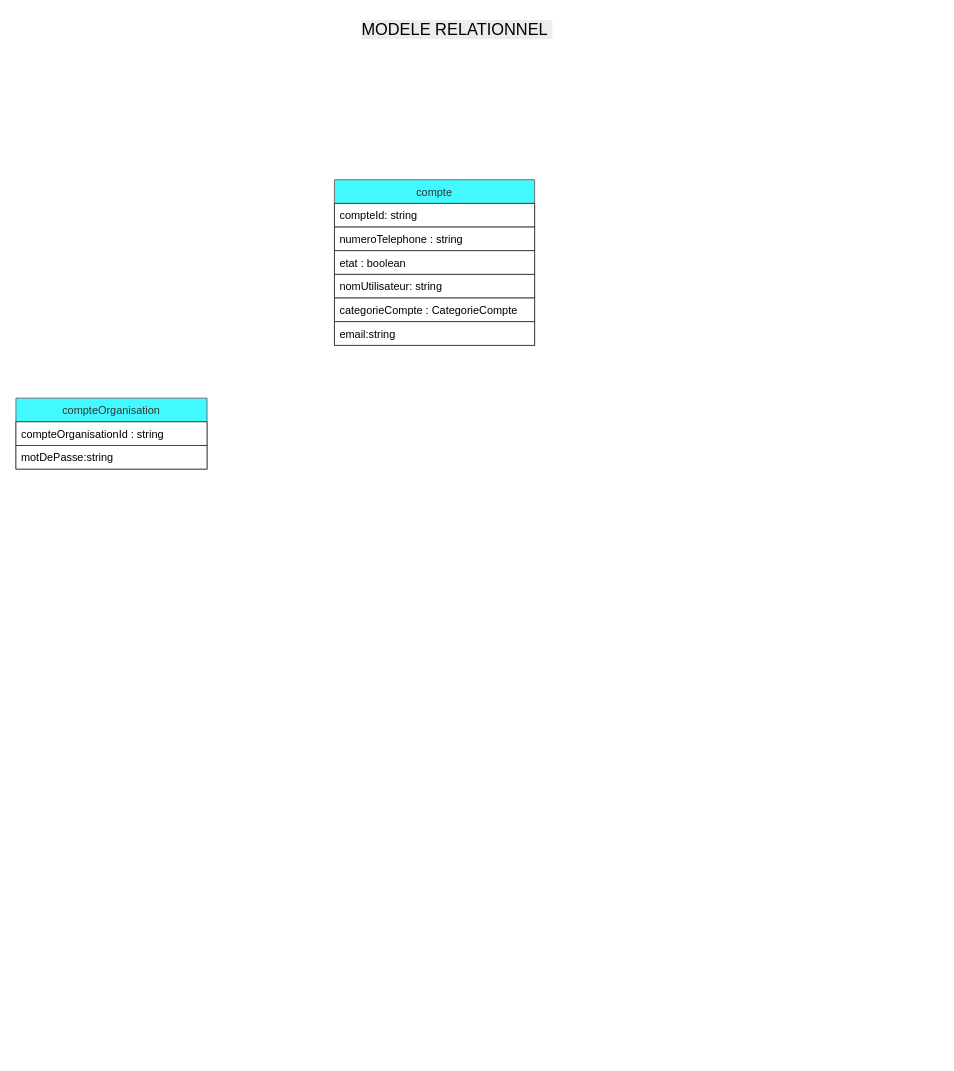
FranckTshiz27/virtLine_api keeps this draw.io diagram as page "MLD" (2 of 3) of Untitled Diagram.drawio. Above is the earlier version. Source tidied: cells renumbered, new cells numbered last; positions are measured from the earlier drawing's top-left corner, leaving out a move shared by most shapes. Both pictures are drawn from the tidied source at 91%, with x=0, y=0 at pixel (15, 15).
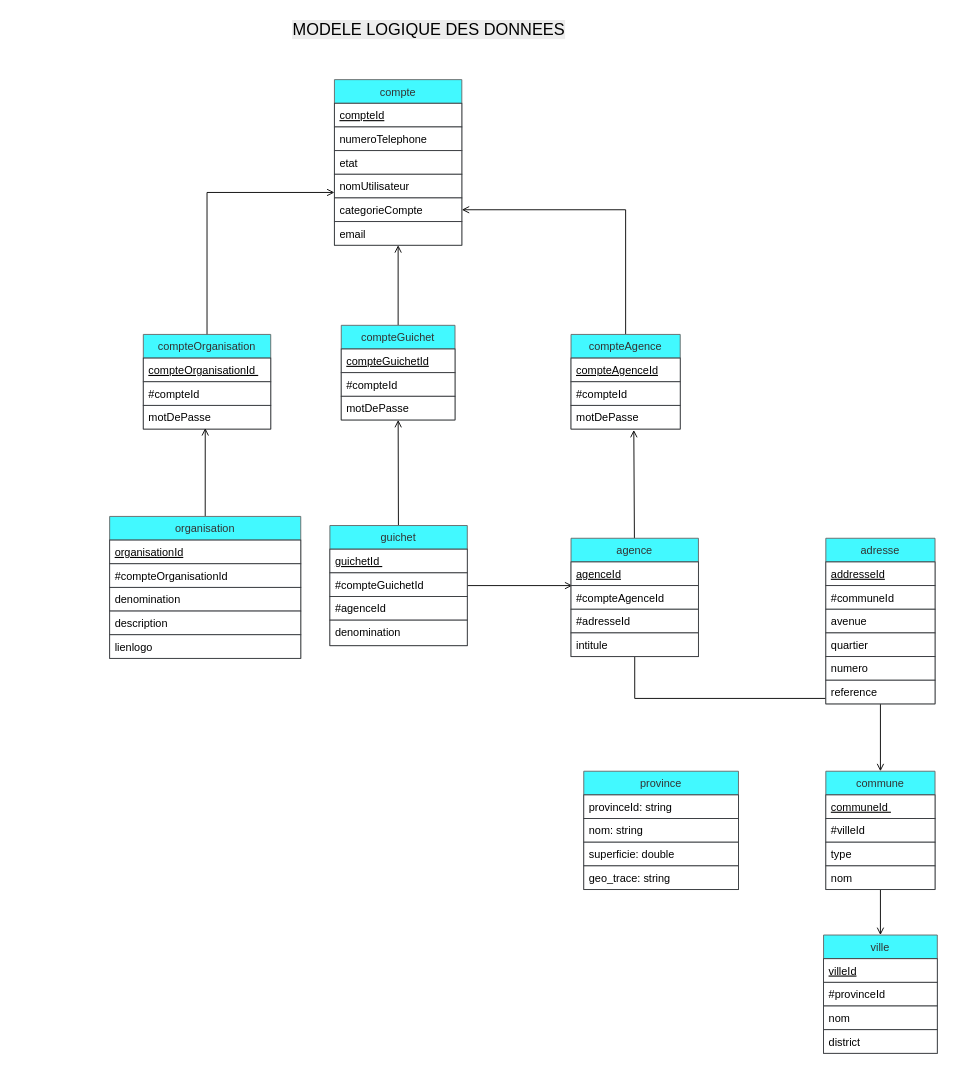
The same diagram, later.

What changed in the source:
```diff
@@
-    <mxCell id="2" value="MODELE RELATIONNEL&amp;nbsp;" style="text;html=1;strokeColor=none;fillColor=none;align=center;verticalAlign=middle;whiteSpace=wrap;rounded=0;labelBackgroundColor=#EDEDED;fontSize=18;fontColor=default;" parent="1" vertex="1">
-      <mxGeometry x="350" width="270" height="30" as="geometry" />
+    <mxCell id="2" value="MODELE LOGIQUE DES DONNEES" style="text;html=1;strokeColor=none;fillColor=none;align=center;verticalAlign=middle;whiteSpace=wrap;rounded=0;labelBackgroundColor=#EDEDED;fontSize=18;fontColor=default;" parent="1" vertex="1">
+      <mxGeometry x="284" width="340" height="30" as="geometry" />
     </mxCell>
     <mxCell id="3" value="compte" style="swimlane;fontStyle=0;horizontal=1;startSize=26;fillColor=#42F9FF;fontColor=#333333;strokeColor=#666666;rounded=0;strokeWidth=1;" parent="1" vertex="1">
-      <mxGeometry x="350" y="180" width="220" height="182" as="geometry" />
+      <mxGeometry x="350" y="70" width="140" height="182" as="geometry" />
     </mxCell>
-    <mxCell id="4" value="compteId: string" style="text;strokeColor=#36393d;fillColor=#fff;align=left;verticalAlign=top;spacingLeft=4;spacingRight=4;overflow=hidden;" parent="3" vertex="1">
-      <mxGeometry y="26" width="220" height="26" as="geometry" />
+    <mxCell id="4" value="compteId" style="text;strokeColor=#36393d;fillColor=#fff;align=left;verticalAlign=top;spacingLeft=4;spacingRight=4;overflow=hidden;fontStyle=4;" parent="3" vertex="1">
+      <mxGeometry y="26" width="140" height="26" as="geometry" />
     </mxCell>
-    <mxCell id="5" value="numeroTelephone : string" style="text;strokeColor=#36393d;fillColor=#FFFFFF;align=left;verticalAlign=top;spacingLeft=4;spacingRight=4;overflow=hidden;" parent="3" vertex="1">
-      <mxGeometry y="52" width="220" height="26" as="geometry" />
+    <mxCell id="5" value="numeroTelephone " style="text;strokeColor=#36393d;fillColor=#FFFFFF;align=left;verticalAlign=top;spacingLeft=4;spacingRight=4;overflow=hidden;" parent="3" vertex="1">
+      <mxGeometry y="52" width="140" height="26" as="geometry" />
     </mxCell>
-    <mxCell id="6" value="etat : boolean" style="text;strokeColor=#36393d;fillColor=#fff;align=left;verticalAlign=top;spacingLeft=4;spacingRight=4;overflow=hidden;" parent="3" vertex="1">
-      <mxGeometry y="78" width="220" height="26" as="geometry" />
+    <mxCell id="6" value="etat " style="text;strokeColor=#36393d;fillColor=#fff;align=left;verticalAlign=top;spacingLeft=4;spacingRight=4;overflow=hidden;" parent="3" vertex="1">
+      <mxGeometry y="78" width="140" height="26" as="geometry" />
     </mxCell>
-    <mxCell id="7" value="nomUtilisateur: string" style="text;strokeColor=#36393d;fillColor=#fff;align=left;verticalAlign=top;spacingLeft=4;spacingRight=4;overflow=hidden;" parent="3" vertex="1">
-      <mxGeometry y="104" width="220" height="26" as="geometry" />
+    <mxCell id="7" value="nomUtilisateur" style="text;strokeColor=#36393d;fillColor=#fff;align=left;verticalAlign=top;spacingLeft=4;spacingRight=4;overflow=hidden;" parent="3" vertex="1">
+      <mxGeometry y="104" width="140" height="26" as="geometry" />
     </mxCell>
-    <mxCell id="8" value="categorieCompte : CategorieCompte" style="text;strokeColor=#36393d;fillColor=#fff;align=left;verticalAlign=top;spacingLeft=4;spacingRight=4;overflow=hidden;points=[[0,0.5],[1,0.5]];portConstraint=eastwest;" parent="3" vertex="1">
-      <mxGeometry y="130" width="220" height="26" as="geometry" />
+    <mxCell id="8" value="categorieCompte " style="text;strokeColor=#36393d;fillColor=#fff;align=left;verticalAlign=top;spacingLeft=4;spacingRight=4;overflow=hidden;points=[[0,0.5],[1,0.5]];portConstraint=eastwest;" parent="3" vertex="1">
+      <mxGeometry y="130" width="140" height="26" as="geometry" />
     </mxCell>
-    <mxCell id="9" value="email:string" style="text;strokeColor=#36393d;fillColor=#fff;align=left;verticalAlign=top;spacingLeft=4;spacingRight=4;overflow=hidden;" parent="3" vertex="1">
-      <mxGeometry y="156" width="220" height="26" as="geometry" />
+    <mxCell id="9" value="email" style="text;strokeColor=#36393d;fillColor=#fff;align=left;verticalAlign=top;spacingLeft=4;spacingRight=4;overflow=hidden;" parent="3" vertex="1">
+      <mxGeometry y="156" width="140" height="26" as="geometry" />
     </mxCell>
+    <mxCell id="13" style="edgeStyle=orthogonalEdgeStyle;rounded=0;orthogonalLoop=1;jettySize=auto;html=1;entryX=0;entryY=0.5;entryDx=0;entryDy=0;fontFamily=Verdana;fontSize=11;startArrow=none;startFill=0;endArrow=open;endFill=0;" parent="1" edge="1">
+      <mxGeometry relative="1" as="geometry">
+        <mxPoint x="210" y="357" as="sourcePoint" />
+        <mxPoint x="350" y="194" as="targetPoint" />
+        <Array as="points">
+          <mxPoint x="210" y="194" />
+        </Array>
+      </mxGeometry>
+    </mxCell>
     <mxCell id="10" value="compteOrganisation" style="swimlane;fontStyle=0;horizontal=1;startSize=26;fillColor=#42F9FF;fontColor=#333333;strokeColor=#666666;rounded=0;strokeWidth=1;" parent="1" vertex="1">
-      <mxGeometry y="420" width="210" height="78" as="geometry" />
+      <mxGeometry x="140" y="350" width="140" height="104" as="geometry" />
     </mxCell>
-    <mxCell id="11" value="compteOrganisationId : string" style="text;strokeColor=#36393d;fillColor=#fff;align=left;verticalAlign=top;spacingLeft=4;spacingRight=4;overflow=hidden;" parent="10" vertex="1">
-      <mxGeometry y="26" width="210" height="26" as="geometry" />
+    <mxCell id="11" value="compteOrganisationId " style="text;strokeColor=#36393d;fillColor=#fff;align=left;verticalAlign=top;spacingLeft=4;spacingRight=4;overflow=hidden;fontStyle=4;" parent="10" vertex="1">
+      <mxGeometry y="26" width="140" height="26" as="geometry" />
     </mxCell>
+    <mxCell id="14" value="#compteId" style="text;strokeColor=#36393d;fillColor=#fff;align=left;verticalAlign=top;spacingLeft=4;spacingRight=4;overflow=hidden;fontStyle=0;" parent="10" vertex="1">
+      <mxGeometry y="52" width="140" height="26" as="geometry" />
+    </mxCell>
-    <mxCell id="12" value="motDePasse:string" style="text;strokeColor=#36393d;fillColor=#fff;align=left;verticalAlign=top;spacingLeft=4;spacingRight=4;overflow=hidden;points=[[0,0.5],[1,0.5]];portConstraint=eastwest;" parent="10" vertex="1">
-      <mxGeometry y="52" width="210" height="26" as="geometry" />
+    <mxCell id="12" value="motDePasse" style="text;strokeColor=#36393d;fillColor=#fff;align=left;verticalAlign=top;spacingLeft=4;spacingRight=4;overflow=hidden;points=[[0,0.5],[1,0.5]];portConstraint=eastwest;" parent="10" vertex="1">
+      <mxGeometry y="78" width="140" height="26" as="geometry" />
     </mxCell>
+    <mxCell id="15" style="edgeStyle=orthogonalEdgeStyle;rounded=0;jettySize=auto;html=1;entryX=0.5;entryY=1;entryDx=0;entryDy=0;fontFamily=Verdana;fontSize=11;startArrow=none;startFill=0;endArrow=open;endFill=0;" parent="1" edge="1" source="16" target="3">
+      <mxGeometry relative="1" as="geometry" />
+    </mxCell>
+    <mxCell id="16" value="compteGuichet" style="swimlane;fontStyle=0;horizontal=1;startSize=26;fillColor=#42F9FF;fontColor=#333333;strokeColor=#666666;rounded=0;strokeWidth=1;" parent="1" vertex="1">
+      <mxGeometry x="357.5" y="340" width="125" height="104" as="geometry" />
+    </mxCell>
+    <mxCell id="17" value="compteGuichetId" style="text;strokeColor=#36393d;fillColor=#fff;align=left;verticalAlign=top;spacingLeft=4;spacingRight=4;overflow=hidden;fontStyle=4;" parent="16" vertex="1">
+      <mxGeometry y="26" width="125" height="26" as="geometry" />
+    </mxCell>
+    <mxCell id="18" value="#compteId" style="text;strokeColor=#36393d;fillColor=#fff;align=left;verticalAlign=top;spacingLeft=4;spacingRight=4;overflow=hidden;" parent="16" vertex="1">
+      <mxGeometry y="52" width="125" height="26" as="geometry" />
+    </mxCell>
+    <mxCell id="19" value="motDePasse" style="text;strokeColor=#36393d;fillColor=#fff;align=left;verticalAlign=top;spacingLeft=4;spacingRight=4;overflow=hidden;points=[[0,0.5],[1,0.5]];portConstraint=eastwest;" parent="16" vertex="1">
+      <mxGeometry y="78" width="125" height="26" as="geometry" />
+    </mxCell>
+    <mxCell id="20" style="edgeStyle=orthogonalEdgeStyle;rounded=0;jettySize=auto;html=1;fontFamily=Verdana;fontSize=11;startArrow=none;startFill=0;endArrow=open;endFill=0;entryX=1;entryY=0.5;entryDx=0;entryDy=0;" parent="1" edge="1" source="21" target="8">
+      <mxGeometry relative="1" as="geometry">
+        <Array as="points">
+          <mxPoint x="670" y="213" />
+        </Array>
+      </mxGeometry>
+    </mxCell>
+    <mxCell id="21" value="compteAgence" style="swimlane;fontStyle=0;horizontal=1;startSize=26;fillColor=#42F9FF;fontColor=#333333;strokeColor=#666666;rounded=0;strokeWidth=1;" parent="1" vertex="1">
+      <mxGeometry x="610" y="350" width="120" height="104" as="geometry" />
+    </mxCell>
+    <mxCell id="22" value="compteAgenceId" style="text;strokeColor=#36393d;fillColor=#fff;align=left;verticalAlign=top;spacingLeft=4;spacingRight=4;overflow=hidden;fontStyle=4;" parent="21" vertex="1">
+      <mxGeometry y="26" width="120" height="26" as="geometry" />
+    </mxCell>
+    <mxCell id="23" value="#compteId" style="text;strokeColor=#36393d;fillColor=#fff;align=left;verticalAlign=top;spacingLeft=4;spacingRight=4;overflow=hidden;" parent="21" vertex="1">
+      <mxGeometry y="52" width="120" height="26" as="geometry" />
+    </mxCell>
+    <mxCell id="24" value="motDePasse" style="text;strokeColor=#36393d;fillColor=#FFFFFF;align=left;verticalAlign=top;spacingLeft=4;spacingRight=4;overflow=hidden;points=[[0,0.5],[1,0.5]];portConstraint=eastwest;" parent="21" vertex="1">
+      <mxGeometry y="78" width="120" height="26" as="geometry" />
+    </mxCell>
+    <mxCell id="25" style="rounded=0;jettySize=auto;html=1;fontFamily=Verdana;fontSize=11;startArrow=none;startFill=0;endArrow=open;endFill=0;exitX=0.5;exitY=0;exitDx=0;exitDy=0;entryX=0.486;entryY=0.962;entryDx=0;entryDy=0;entryPerimeter=0;" parent="1" edge="1" source="26" target="12">
+      <mxGeometry relative="1" as="geometry" />
+    </mxCell>
+    <mxCell id="26" value="organisation" style="swimlane;fontStyle=0;horizontal=1;startSize=26;fillColor=#42F9FF;fontColor=#333333;strokeColor=#666666;rounded=0;strokeWidth=1;" parent="1" vertex="1">
+      <mxGeometry x="103" y="550" width="210" height="156" as="geometry" />
+    </mxCell>
+    <mxCell id="27" value="organisationId" style="text;strokeColor=#36393d;fillColor=#fff;align=left;verticalAlign=top;spacingLeft=4;spacingRight=4;overflow=hidden;fontStyle=4;" parent="26" vertex="1">
+      <mxGeometry y="26" width="210" height="26" as="geometry" />
+    </mxCell>
+    <mxCell id="28" value="#compteOrganisationId " style="text;strokeColor=#36393d;fillColor=#fff;align=left;verticalAlign=top;spacingLeft=4;spacingRight=4;overflow=hidden;" parent="26" vertex="1">
+      <mxGeometry y="52" width="210" height="26" as="geometry" />
+    </mxCell>
+    <mxCell id="29" value="denomination " style="text;strokeColor=#36393d;fillColor=#fff;align=left;verticalAlign=top;spacingLeft=4;spacingRight=4;overflow=hidden;" parent="26" vertex="1">
+      <mxGeometry y="78" width="210" height="26" as="geometry" />
+    </mxCell>
+    <mxCell id="30" value="description " style="text;strokeColor=#36393d;fillColor=#fff;align=left;verticalAlign=top;spacingLeft=4;spacingRight=4;overflow=hidden;" parent="26" vertex="1">
+      <mxGeometry y="104" width="210" height="26" as="geometry" />
+    </mxCell>
+    <mxCell id="31" value="lienlogo" style="text;strokeColor=#36393d;fillColor=#fff;align=left;verticalAlign=top;spacingLeft=4;spacingRight=4;overflow=hidden;" parent="26" vertex="1">
+      <mxGeometry y="130" width="210" height="26" as="geometry" />
+    </mxCell>
+    <mxCell id="32" style="edgeStyle=none;rounded=0;jettySize=auto;html=1;fontFamily=Verdana;fontSize=11;startArrow=none;startFill=0;endArrow=open;endFill=0;" parent="1" edge="1" source="34" target="19">
+      <mxGeometry relative="1" as="geometry" />
+    </mxCell>
+    <mxCell id="33" style="edgeStyle=none;rounded=0;jettySize=auto;html=1;entryX=0.01;entryY=1;entryDx=0;entryDy=0;entryPerimeter=0;fontFamily=Verdana;fontSize=11;startArrow=none;startFill=0;endArrow=open;endFill=0;exitX=1;exitY=0.5;exitDx=0;exitDy=0;" parent="1" edge="1" source="34" target="42">
+      <mxGeometry relative="1" as="geometry" />
+    </mxCell>
+    <mxCell id="34" value="guichet" style="swimlane;fontStyle=0;horizontal=1;startSize=26;fillColor=#42F9FF;fontColor=#333333;strokeColor=#666666;rounded=0;strokeWidth=1;" parent="1" vertex="1">
+      <mxGeometry x="345" y="560" width="151" height="132" as="geometry" />
+    </mxCell>
+    <mxCell id="35" value="guichetId " style="text;strokeColor=#36393d;fillColor=#fff;align=left;verticalAlign=top;spacingLeft=4;spacingRight=4;overflow=hidden;fontStyle=4;" parent="34" vertex="1">
+      <mxGeometry y="26" width="151" height="26" as="geometry" />
+    </mxCell>
+    <mxCell id="36" value="#compteGuichetId" style="text;strokeColor=#36393d;fillColor=#fff;align=left;verticalAlign=top;spacingLeft=4;spacingRight=4;overflow=hidden;" parent="34" vertex="1">
+      <mxGeometry y="52" width="151" height="26" as="geometry" />
+    </mxCell>
+    <mxCell id="37" value="#agenceId" style="text;strokeColor=#36393d;fillColor=#fff;align=left;verticalAlign=top;spacingLeft=4;spacingRight=4;overflow=hidden;" parent="34" vertex="1">
+      <mxGeometry y="78" width="151" height="26" as="geometry" />
+    </mxCell>
+    <mxCell id="38" value="denomination " style="text;strokeColor=#36393d;fillColor=#fff;align=left;verticalAlign=top;spacingLeft=4;spacingRight=4;overflow=hidden;" parent="34" vertex="1">
+      <mxGeometry y="104" width="151" height="28" as="geometry" />
+    </mxCell>
+    <mxCell id="39" style="edgeStyle=none;rounded=0;jettySize=auto;html=1;entryX=0.575;entryY=1.038;entryDx=0;entryDy=0;entryPerimeter=0;fontFamily=Verdana;fontSize=11;startArrow=none;startFill=0;endArrow=open;endFill=0;" parent="1" edge="1" source="41" target="24">
+      <mxGeometry relative="1" as="geometry" />
+    </mxCell>
+    <mxCell id="40" style="edgeStyle=orthogonalEdgeStyle;rounded=0;jettySize=auto;html=1;fontFamily=Verdana;fontSize=11;startArrow=none;startFill=0;endArrow=open;endFill=0;entryX=0.475;entryY=1;entryDx=0;entryDy=0;entryPerimeter=0;" parent="1" edge="1" source="41" target="53">
+      <mxGeometry relative="1" as="geometry">
+        <Array as="points">
+          <mxPoint x="680" y="750" />
+          <mxPoint x="947" y="750" />
+        </Array>
+      </mxGeometry>
+    </mxCell>
+    <mxCell id="41" value="agence" style="swimlane;fontStyle=0;horizontal=1;startSize=26;fillColor=#42F9FF;fontColor=#333333;strokeColor=#666666;rounded=0;strokeWidth=1;" parent="1" vertex="1">
+      <mxGeometry x="610" y="574" width="140" height="130" as="geometry" />
+    </mxCell>
+    <mxCell id="42" value="agenceId" style="text;strokeColor=#36393d;fillColor=#fff;align=left;verticalAlign=top;spacingLeft=4;spacingRight=4;overflow=hidden;points=[[0,0.5],[1,0.5]];portConstraint=eastwest;fontStyle=4;" parent="41" vertex="1">
+      <mxGeometry y="26" width="140" height="26" as="geometry" />
+    </mxCell>
+    <mxCell id="43" value="#compteAgenceId" style="text;strokeColor=#36393d;fillColor=#fff;align=left;verticalAlign=top;spacingLeft=4;spacingRight=4;overflow=hidden;" parent="41" vertex="1">
+      <mxGeometry y="52" width="140" height="26" as="geometry" />
+    </mxCell>
+    <mxCell id="44" value="#adresseId" style="text;strokeColor=#36393d;fillColor=#fff;align=left;verticalAlign=top;spacingLeft=4;spacingRight=4;overflow=hidden;" parent="41" vertex="1">
+      <mxGeometry y="78" width="140" height="26" as="geometry" />
+    </mxCell>
+    <mxCell id="45" value="intitule" style="text;strokeColor=#36393d;fillColor=#FFFFFF;align=left;verticalAlign=top;spacingLeft=4;spacingRight=4;overflow=hidden;" parent="41" vertex="1">
+      <mxGeometry y="104" width="140" height="26" as="geometry" />
+    </mxCell>
+    <mxCell id="46" style="edgeStyle=orthogonalEdgeStyle;rounded=0;jettySize=auto;html=1;entryX=0.5;entryY=0;entryDx=0;entryDy=0;fontFamily=Verdana;fontSize=11;startArrow=none;startFill=0;endArrow=open;endFill=0;" parent="1" edge="1" source="47" target="55">
+      <mxGeometry relative="1" as="geometry" />
+    </mxCell>
+    <mxCell id="47" value="adresse" style="swimlane;fontStyle=0;horizontal=1;startSize=26;fillColor=#42F9FF;fontColor=#333333;strokeColor=#666666;rounded=0;strokeWidth=1;" parent="1" vertex="1">
+      <mxGeometry x="890" y="574" width="120" height="182" as="geometry" />
+    </mxCell>
+    <mxCell id="48" value="addresseId" style="text;strokeColor=#36393d;fillColor=#fff;align=left;verticalAlign=top;spacingLeft=4;spacingRight=4;overflow=hidden;fontStyle=4;" parent="47" vertex="1">
+      <mxGeometry y="26" width="120" height="26" as="geometry" />
+    </mxCell>
+    <mxCell id="49" value="#communeId" style="text;strokeColor=#36393d;fillColor=#fff;align=left;verticalAlign=top;spacingLeft=4;spacingRight=4;overflow=hidden;" parent="47" vertex="1">
+      <mxGeometry y="52" width="120" height="26" as="geometry" />
+    </mxCell>
+    <mxCell id="50" value="avenue " style="text;strokeColor=#36393d;fillColor=#FFFFFF;align=left;verticalAlign=top;spacingLeft=4;spacingRight=4;overflow=hidden;" parent="47" vertex="1">
+      <mxGeometry y="78" width="120" height="26" as="geometry" />
+    </mxCell>
+    <mxCell id="51" value="quartier " style="text;strokeColor=#36393d;fillColor=#FFFFFF;align=left;verticalAlign=top;spacingLeft=4;spacingRight=4;overflow=hidden;" parent="47" vertex="1">
+      <mxGeometry y="104" width="120" height="26" as="geometry" />
+    </mxCell>
+    <mxCell id="52" value="numero" style="text;strokeColor=#36393d;fillColor=#FFFFFF;align=left;verticalAlign=top;spacingLeft=4;spacingRight=4;overflow=hidden;" parent="47" vertex="1">
+      <mxGeometry y="130" width="120" height="26" as="geometry" />
+    </mxCell>
+    <mxCell id="53" value="reference" style="text;strokeColor=#36393d;fillColor=#FFFFFF;align=left;verticalAlign=top;spacingLeft=4;spacingRight=4;overflow=hidden;points=[[0,0.5],[1,0.5]];portConstraint=eastwest;" parent="47" vertex="1">
+      <mxGeometry y="156" width="120" height="26" as="geometry" />
+    </mxCell>
+    <mxCell id="54" style="edgeStyle=orthogonalEdgeStyle;rounded=0;jettySize=auto;html=1;entryX=0.5;entryY=0;entryDx=0;entryDy=0;fontFamily=Verdana;fontSize=11;startArrow=none;startFill=0;endArrow=open;endFill=0;" parent="1" edge="1" source="55" target="60">
+      <mxGeometry relative="1" as="geometry" />
+    </mxCell>
+    <mxCell id="55" value="commune" style="swimlane;fontStyle=0;horizontal=1;startSize=26;fillColor=#42F9FF;fontColor=#333333;strokeColor=#666666;rounded=0;strokeWidth=1;" parent="1" vertex="1">
+      <mxGeometry x="890" y="830" width="120" height="130" as="geometry" />
+    </mxCell>
+    <mxCell id="56" value="communeId " style="text;strokeColor=#36393d;fillColor=#fff;align=left;verticalAlign=top;spacingLeft=4;spacingRight=4;overflow=hidden;fontStyle=4;" parent="55" vertex="1">
+      <mxGeometry y="26" width="120" height="26" as="geometry" />
+    </mxCell>
+    <mxCell id="57" value="#villeId" style="text;strokeColor=#36393d;fillColor=#fff;align=left;verticalAlign=top;spacingLeft=4;spacingRight=4;overflow=hidden;fontStyle=0;" parent="55" vertex="1">
+      <mxGeometry y="52" width="120" height="26" as="geometry" />
+    </mxCell>
+    <mxCell id="58" value="type" style="text;strokeColor=#36393d;fillColor=#FFFFFF;align=left;verticalAlign=top;spacingLeft=4;spacingRight=4;overflow=hidden;" parent="55" vertex="1">
+      <mxGeometry y="78" width="120" height="26" as="geometry" />
+    </mxCell>
+    <mxCell id="59" value="nom " style="text;strokeColor=#36393d;fillColor=#FFFFFF;align=left;verticalAlign=top;spacingLeft=4;spacingRight=4;overflow=hidden;" parent="55" vertex="1">
+      <mxGeometry y="104" width="120" height="26" as="geometry" />
+    </mxCell>
+    <mxCell id="60" value="ville" style="swimlane;fontStyle=0;horizontal=1;startSize=26;fillColor=#42F9FF;fontColor=#333333;strokeColor=#666666;rounded=0;strokeWidth=1;" parent="1" vertex="1">
+      <mxGeometry x="887.5" y="1010" width="125" height="130" as="geometry" />
+    </mxCell>
+    <mxCell id="61" value="villeId" style="text;strokeColor=#36393d;fillColor=#fff;align=left;verticalAlign=top;spacingLeft=4;spacingRight=4;overflow=hidden;fontStyle=4;" parent="60" vertex="1">
+      <mxGeometry y="26" width="125" height="26" as="geometry" />
+    </mxCell>
+    <mxCell id="62" value="#provinceId" style="text;strokeColor=#36393d;fillColor=#fff;align=left;verticalAlign=top;spacingLeft=4;spacingRight=4;overflow=hidden;fontStyle=0;" parent="60" vertex="1">
+      <mxGeometry y="52" width="125" height="26" as="geometry" />
+    </mxCell>
+    <mxCell id="63" value="nom" style="text;strokeColor=#36393d;fillColor=#FFFFFF;align=left;verticalAlign=top;spacingLeft=4;spacingRight=4;overflow=hidden;" parent="60" vertex="1">
+      <mxGeometry y="78" width="125" height="26" as="geometry" />
+    </mxCell>
+    <mxCell id="64" value="district " style="text;strokeColor=#36393d;fillColor=#FFFFFF;align=left;verticalAlign=top;spacingLeft=4;spacingRight=4;overflow=hidden;" parent="60" vertex="1">
+      <mxGeometry y="104" width="125" height="26" as="geometry" />
+    </mxCell>
+    <mxCell id="65" value="province" style="swimlane;fontStyle=0;horizontal=1;startSize=26;fillColor=#42F9FF;fontColor=#333333;strokeColor=#666666;rounded=0;strokeWidth=1;" parent="1" vertex="1">
+      <mxGeometry x="624" y="830" width="170" height="130" as="geometry" />
+    </mxCell>
+    <mxCell id="66" value="provinceId: string" style="text;strokeColor=#36393d;fillColor=#fff;align=left;verticalAlign=top;spacingLeft=4;spacingRight=4;overflow=hidden;" parent="65" vertex="1">
+      <mxGeometry y="26" width="170" height="26" as="geometry" />
+    </mxCell>
+    <mxCell id="67" value="nom: string" style="text;strokeColor=#36393d;fillColor=#FFFFFF;align=left;verticalAlign=top;spacingLeft=4;spacingRight=4;overflow=hidden;" parent="65" vertex="1">
+      <mxGeometry y="52" width="170" height="26" as="geometry" />
+    </mxCell>
+    <mxCell id="68" value="superficie: double" style="text;strokeColor=#36393d;fillColor=#FFFFFF;align=left;verticalAlign=top;spacingLeft=4;spacingRight=4;overflow=hidden;" parent="65" vertex="1">
+      <mxGeometry y="78" width="170" height="26" as="geometry" />
+    </mxCell>
+    <mxCell id="69" value="geo_trace: string" style="text;strokeColor=#36393d;fillColor=#FFFFFF;align=left;verticalAlign=top;spacingLeft=4;spacingRight=4;overflow=hidden;" parent="65" vertex="1">
+      <mxGeometry y="104" width="170" height="26" as="geometry" />
+    </mxCell>
```
